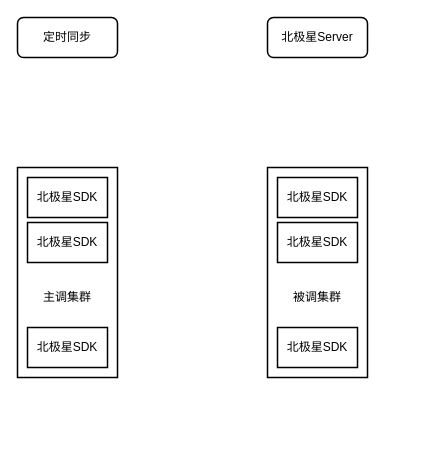
Earlier version of the draw.io diagram base/北极星熔断流程.drawio (melonshell/draw.io). Source tidied: cells renumbered, new cells numbered last; positions are measured from the earlier drawing's top-left corner, leaving out a move shared by most shapes. Both pictures are drawn from the tidied source at 100%, with x=0, y=0 at pixel (17, 17).
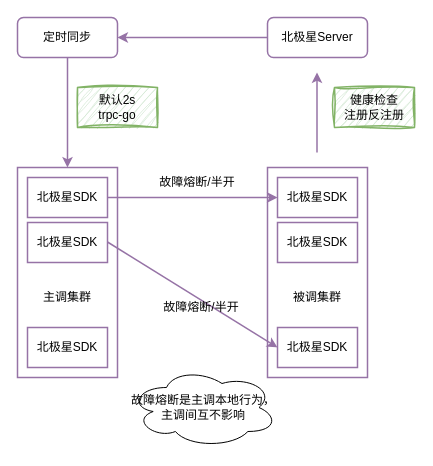
Above is the later version.

Commit message (it also covers changes not shown here):
更新北极星熔断流程.drawio

Change to the diagram source:
```diff
@@
-    <mxCell id="2" value="北极星Server" style="rounded=1;whiteSpace=wrap;html=1;fillColor=none;strokeWidth=1.5;" parent="1" vertex="1">
+    <mxCell id="2" value="北极星Server" style="rounded=1;whiteSpace=wrap;html=1;fillColor=none;strokeWidth=1.5;strokeColor=#9673a6;" parent="1" vertex="1">
       <mxGeometry x="250" width="100" height="40" as="geometry" />
     </mxCell>
-    <mxCell id="3" style="rounded=0;whiteSpace=wrap;html=1;fillColor=none;strokeWidth=1.5;" parent="1" vertex="1">
+    <mxCell id="3" style="rounded=0;whiteSpace=wrap;html=1;fillColor=none;strokeWidth=1.5;strokeColor=#9673a6;" parent="1" vertex="1">
       <mxGeometry y="150" width="100" height="210" as="geometry" />
     </mxCell>
-    <mxCell id="4" value="定时同步" style="rounded=1;whiteSpace=wrap;html=1;fillColor=none;strokeWidth=1.5;" parent="1" vertex="1">
+    <mxCell id="4" value="定时同步" style="rounded=1;whiteSpace=wrap;html=1;fillColor=none;strokeWidth=1.5;strokeColor=#9673a6;" parent="1" vertex="1">
       <mxGeometry width="100" height="40" as="geometry" />
     </mxCell>
-    <mxCell id="5" style="rounded=0;whiteSpace=wrap;html=1;fillColor=none;strokeWidth=1.5;" parent="1" vertex="1">
+    <mxCell id="5" style="rounded=0;whiteSpace=wrap;html=1;fillColor=none;strokeWidth=1.5;strokeColor=#9673a6;" parent="1" vertex="1">
       <mxGeometry x="250" y="150" width="100" height="210" as="geometry" />
     </mxCell>
-    <mxCell id="6" value="北极星SDK" style="rounded=0;whiteSpace=wrap;html=1;fillColor=none;strokeWidth=1.5;" parent="1" vertex="1">
+    <mxCell id="6" value="北极星SDK" style="rounded=0;whiteSpace=wrap;html=1;fillColor=none;strokeWidth=1.5;strokeColor=#9673a6;" parent="1" vertex="1">
       <mxGeometry x="260" y="160" width="80" height="40" as="geometry" />
     </mxCell>
-    <mxCell id="7" value="北极星SDK" style="rounded=0;whiteSpace=wrap;html=1;fillColor=none;strokeWidth=1.5;" parent="1" vertex="1">
+    <mxCell id="7" value="北极星SDK" style="rounded=0;whiteSpace=wrap;html=1;fillColor=none;strokeWidth=1.5;strokeColor=#9673a6;" parent="1" vertex="1">
       <mxGeometry x="260" y="205" width="80" height="40" as="geometry" />
     </mxCell>
-    <mxCell id="8" value="北极星SDK" style="rounded=0;whiteSpace=wrap;html=1;fillColor=none;strokeWidth=1.5;" parent="1" vertex="1">
+    <mxCell id="8" value="北极星SDK" style="rounded=0;whiteSpace=wrap;html=1;fillColor=none;strokeWidth=1.5;strokeColor=#9673a6;" parent="1" vertex="1">
       <mxGeometry x="260" y="310" width="80" height="40" as="geometry" />
     </mxCell>
-    <mxCell id="9" value="北极星SDK" style="rounded=0;whiteSpace=wrap;html=1;fillColor=none;strokeWidth=1.5;" parent="1" vertex="1">
+    <mxCell id="9" value="北极星SDK" style="rounded=0;whiteSpace=wrap;html=1;fillColor=none;strokeWidth=1.5;strokeColor=#9673a6;" parent="1" vertex="1">
       <mxGeometry x="10" y="160" width="80" height="40" as="geometry" />
     </mxCell>
-    <mxCell id="10" value="北极星SDK" style="rounded=0;whiteSpace=wrap;html=1;fillColor=none;strokeWidth=1.5;" parent="1" vertex="1">
+    <mxCell id="10" value="北极星SDK" style="rounded=0;whiteSpace=wrap;html=1;fillColor=none;strokeWidth=1.5;strokeColor=#9673a6;" parent="1" vertex="1">
       <mxGeometry x="10" y="205" width="80" height="40" as="geometry" />
     </mxCell>
-    <mxCell id="11" value="北极星SDK" style="rounded=0;whiteSpace=wrap;html=1;fillColor=none;strokeWidth=1.5;" parent="1" vertex="1">
+    <mxCell id="11" value="北极星SDK" style="rounded=0;whiteSpace=wrap;html=1;fillColor=none;strokeWidth=1.5;strokeColor=#9673a6;" parent="1" vertex="1">
       <mxGeometry x="10" y="310" width="80" height="40" as="geometry" />
     </mxCell>
@@
+    <mxCell id="14" style="endArrow=classic;html=1;rounded=0;entryX=0.5;entryY=1;entryDx=0;entryDy=0;strokeWidth=1.5;fillColor=#e1d5e7;strokeColor=#9673a6;" parent="1" edge="1">
+      <mxGeometry relative="1" as="geometry">
+        <mxPoint x="299.5" y="135" as="sourcePoint" />
+        <mxPoint x="299.5" y="55" as="targetPoint" />
+      </mxGeometry>
+    </mxCell>
+    <mxCell id="15" value="健康检查&lt;br&gt;注册反注册" style="rounded=0;whiteSpace=wrap;html=1;fillColor=#d5e8d4;strokeWidth=1.5;strokeColor=#82b366;sketch=1;curveFitting=1;jiggle=2;" parent="1" vertex="1">
+      <mxGeometry x="317" y="70" width="80" height="40" as="geometry" />
+    </mxCell>
+    <mxCell id="16" style="endArrow=classic;html=1;rounded=0;entryX=1;entryY=0.5;entryDx=0;entryDy=0;strokeWidth=1.5;exitX=0;exitY=0.5;exitDx=0;exitDy=0;fillColor=#e1d5e7;strokeColor=#9673a6;" parent="1" edge="1" source="2" target="4">
+      <mxGeometry relative="1" as="geometry" />
+    </mxCell>
+    <mxCell id="17" style="endArrow=classic;html=1;rounded=0;entryX=0.5;entryY=0;entryDx=0;entryDy=0;strokeWidth=1.5;exitX=0.5;exitY=1;exitDx=0;exitDy=0;fillColor=#e1d5e7;strokeColor=#9673a6;" parent="1" edge="1" source="4" target="3">
+      <mxGeometry relative="1" as="geometry" />
+    </mxCell>
+    <mxCell id="18" style="endArrow=classic;html=1;rounded=0;exitX=1;exitY=0.5;exitDx=0;exitDy=0;entryX=0;entryY=0.5;entryDx=0;entryDy=0;strokeWidth=1.5;fillColor=#e1d5e7;strokeColor=#9673a6;" parent="1" edge="1" source="9" target="6">
+      <mxGeometry relative="1" as="geometry" />
+    </mxCell>
+    <mxCell id="19" style="endArrow=classic;html=1;rounded=0;exitX=1;exitY=0.5;exitDx=0;exitDy=0;entryX=0;entryY=0.5;entryDx=0;entryDy=0;strokeWidth=1.5;fillColor=#e1d5e7;strokeColor=#9673a6;" parent="1" edge="1" target="8">
+      <mxGeometry relative="1" as="geometry">
+        <mxPoint x="90" y="224.5" as="sourcePoint" />
+      </mxGeometry>
+    </mxCell>
+    <mxCell id="20" value="故障熔断/半开" style="rounded=0;whiteSpace=wrap;html=1;fillColor=none;strokeWidth=1.5;strokeColor=none;" parent="1" vertex="1">
+      <mxGeometry x="140" y="145" width="80" height="40" as="geometry" />
+    </mxCell>
+    <mxCell id="21" value="故障熔断/半开" style="rounded=0;whiteSpace=wrap;html=1;fillColor=none;strokeWidth=1.5;strokeColor=none;" parent="1" vertex="1">
+      <mxGeometry x="144" y="270" width="80" height="40" as="geometry" />
+    </mxCell>
+    <mxCell id="22" value="故障熔断是主调本地行为，&lt;br&gt;主调间互不影响" style="ellipse;shape=cloud;whiteSpace=wrap;html=1;" parent="1" vertex="1">
+      <mxGeometry x="112" y="350" width="148" height="80" as="geometry" />
+    </mxCell>
+    <mxCell id="23" value="默认2s&lt;br&gt;trpc-go" style="rounded=0;whiteSpace=wrap;html=1;fillColor=#d5e8d4;strokeWidth=1.5;strokeColor=#82b366;sketch=1;curveFitting=1;jiggle=2;" parent="1" vertex="1">
+      <mxGeometry x="60" y="70" width="80" height="40" as="geometry" />
+    </mxCell>
```
